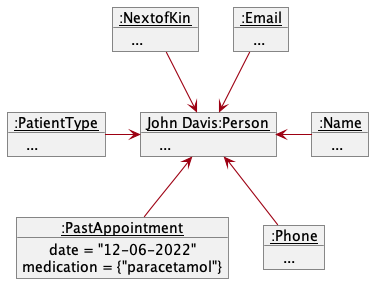
Above: docs/images/AppointmentObjectDiagramWithPastAppt.png in nus-cs2103-AY2223S1/tp (PlantUML), before the change.
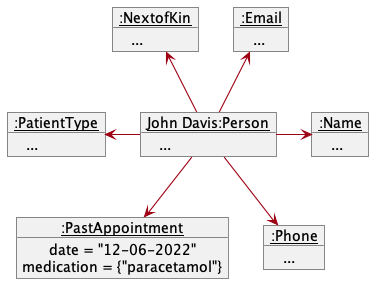
Above is the later version.

Change to the diagram source:
```diff
@@ -25,10 +25,10 @@
 PastAppointment : date = "12-06-2022"
 PastAppointment : medication = {"paracetamol"}
 
-Name -left-> John
-Phone -up-> John
-NextofKin -down-> John
-PatientType -right-> John
-Email -down-> John
-PastAppointment -up-> John
+Name <-left- John
+Phone <-up- John
+NextofKin <-down- John
+PatientType <-right- John
+Email <-down- John
+PastAppointment <-up- John
 @enduml
```
